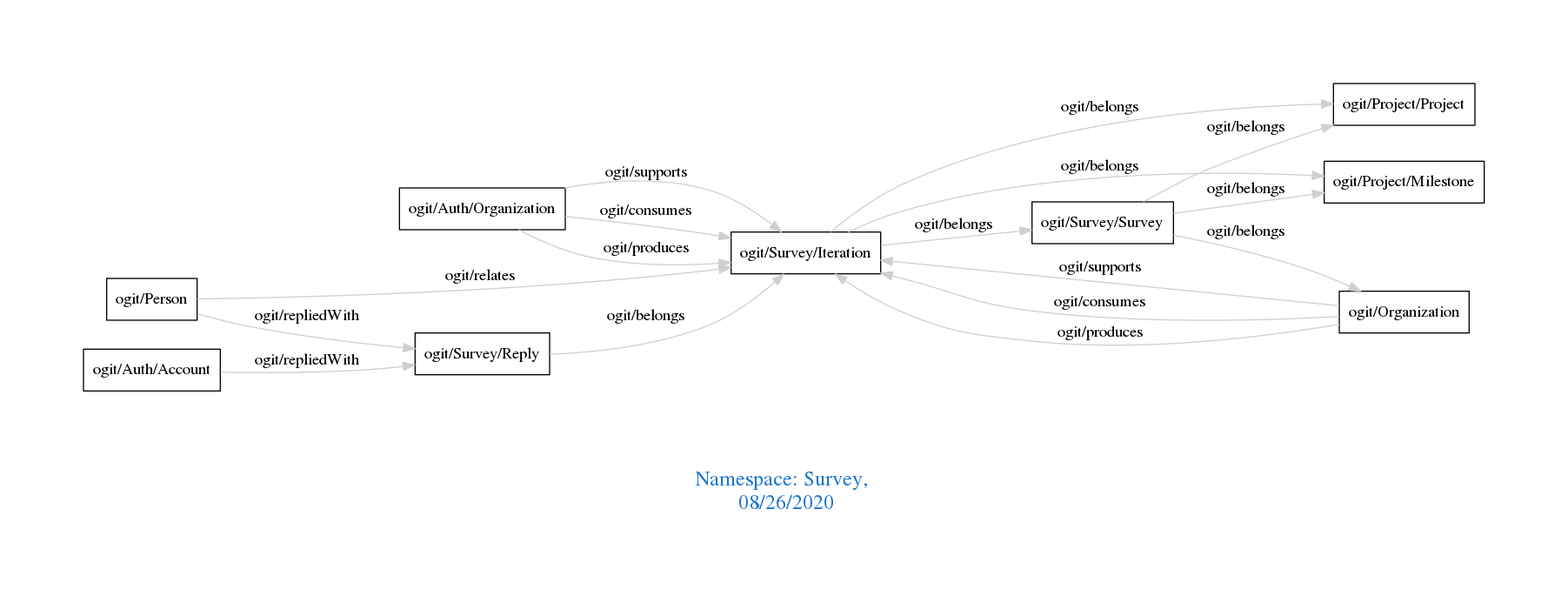
arago/OGIT keeps this Graphviz diagram as downloads/Survey.png. Above is the earlier version. Its source is kept beside it as downloads/Survey.dot.
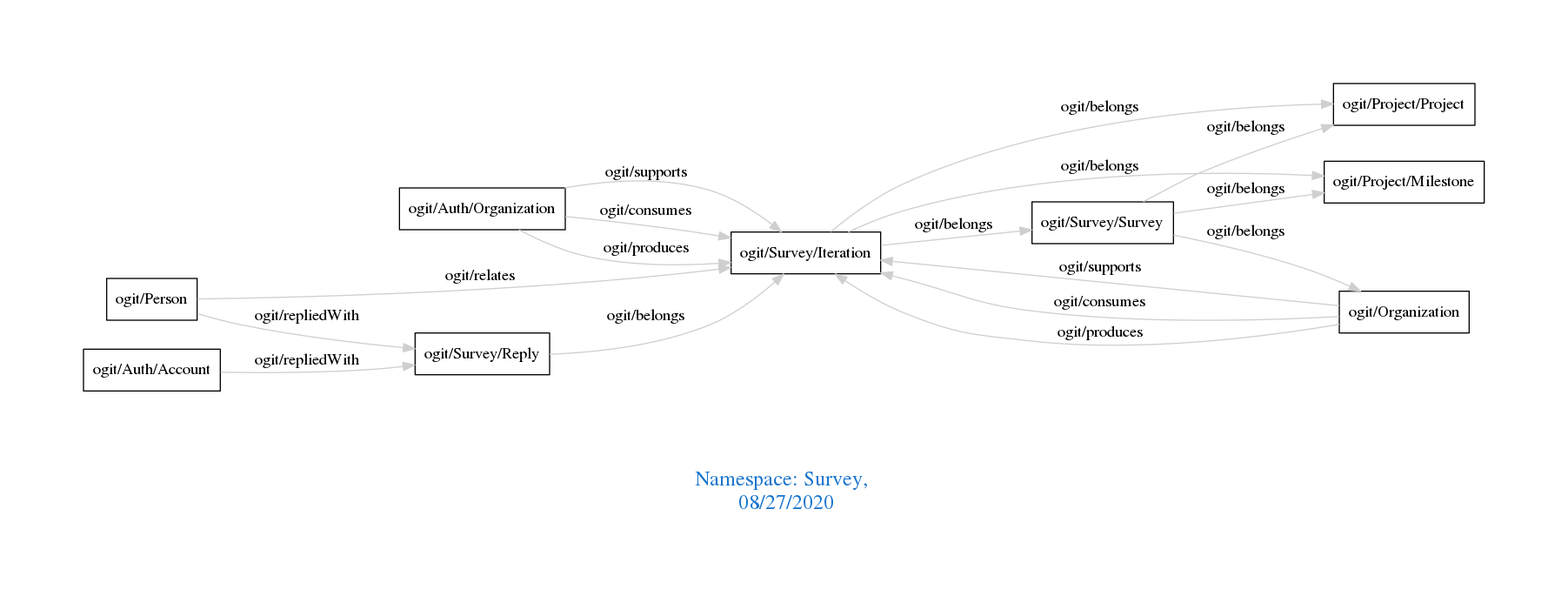
The same file after the commit.

The edit, as a diff of the source:
```diff
@@ -1,7 +1,7 @@
 digraph OGIT_ontology {
  graph [ rankdir= LR,pad=1
 fontsize = 18,
-fontcolor= dodgerblue3,label = "\n\n\nNamespace: Survey, \n 08/26/2020"];
+fontcolor= dodgerblue3,label = "\n\n\nNamespace: Survey, \n 08/27/2020"];
 node[shape=polygon];
 edge [  color="gray81"];
 
```
